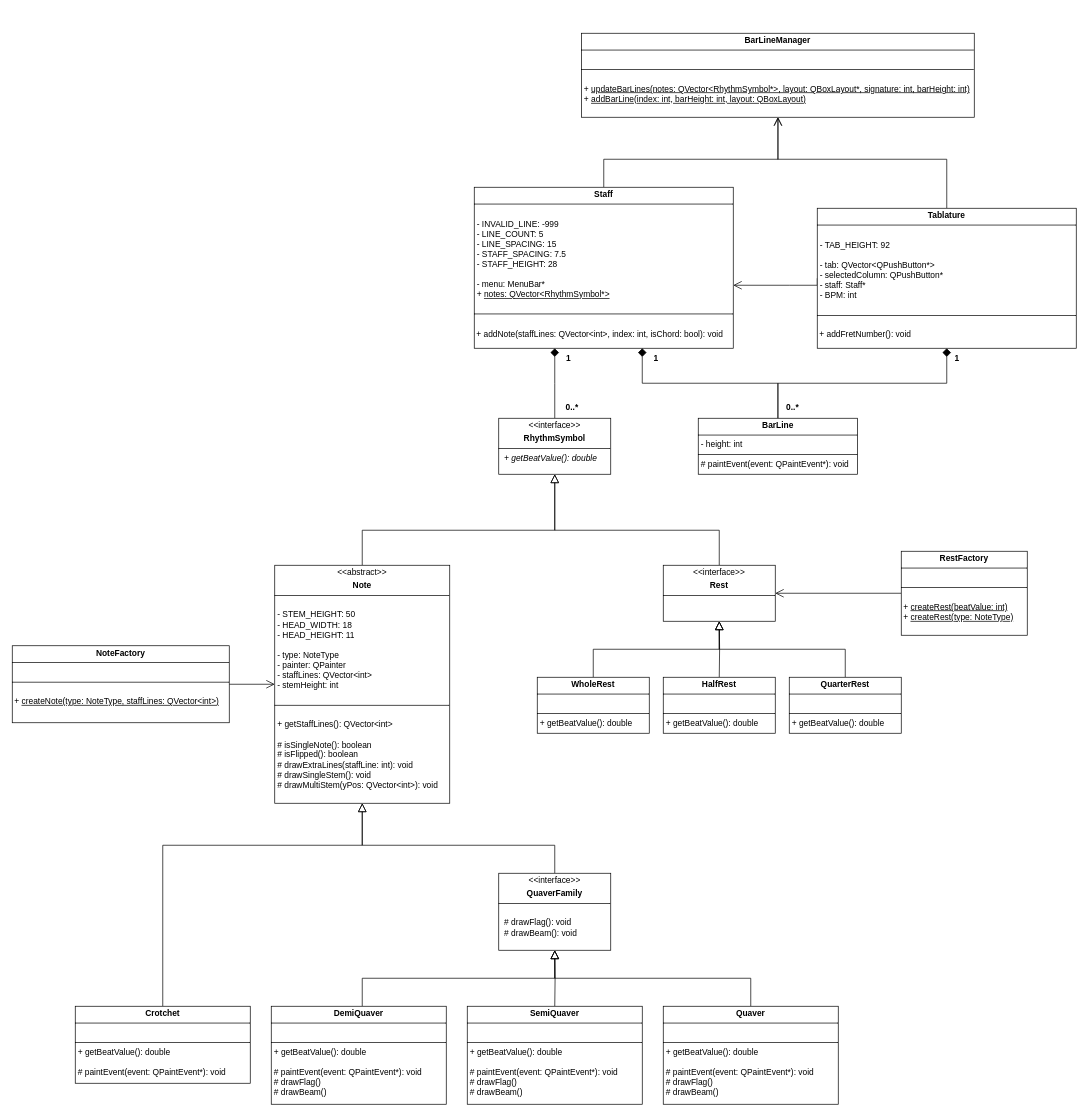
Before: UMLDiagram.drawio in EthanL285/TabPro, a draw.io diagram. Source tidied: cells renumbered, new cells numbered last; positions are measured from the earlier drawing's top-left corner, leaving out a move shared by most shapes. Both pictures are drawn from the tidied source at 70%, with x=0, y=0 at pixel (12, 33).
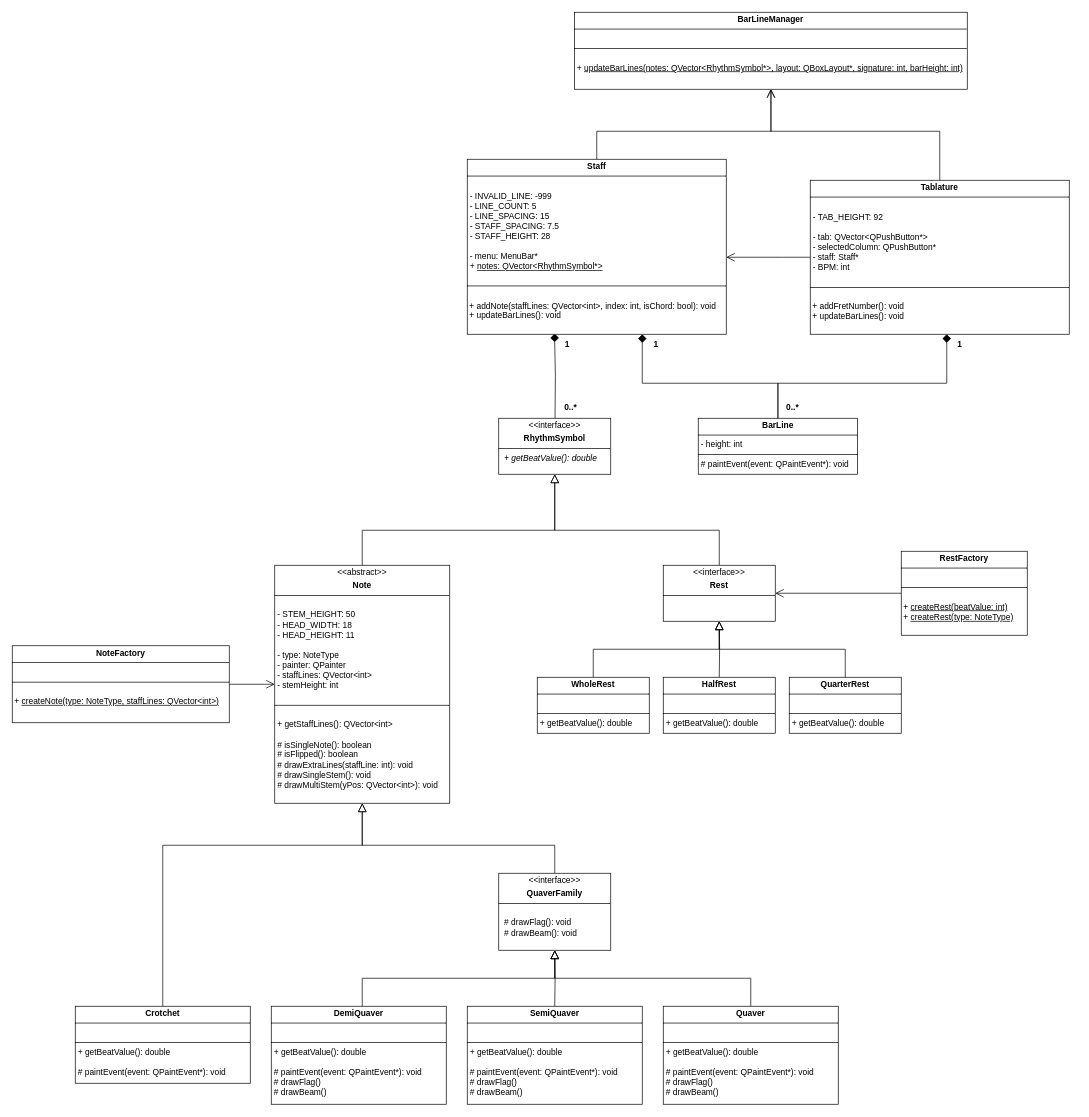
The same page after the edit.

Commit message:
Update UMLDiagram - Added updateBarLines() to Staff and Tablature

The change refers to these unchanged cells:
```xml
<mxCell id="11" value="&lt;p style=&quot;margin: 4px 0px 0px; text-align: center;&quot;&gt;&amp;lt;&amp;lt;interface&amp;gt;&amp;gt;&lt;/p&gt;&lt;p style=&quot;margin: 4px 0px 0px; text-align: center;&quot;&gt;&lt;b&gt;RhythmSymbol&lt;/b&gt;&lt;/p&gt;&lt;hr size=&quot;1&quot; style=&quot;border-style:solid;&quot;&gt;&lt;p style=&quot;margin:0px;margin-left:8px;&quot;&gt;&lt;i&gt;+ getBeatValue(): double&lt;/i&gt;&lt;/p&gt;" style="verticalAlign=top;align=left;overflow=fill;html=1;whiteSpace=wrap;" parent="1" vertex="1">
  <mxGeometry x="695" y="550" width="160" height="80" as="geometry" />
</mxCell>
<mxCell id="22" value="&lt;p style=&quot;margin:0px;margin-top:4px;text-align:center;&quot;&gt;&lt;b&gt;BarLine&lt;/b&gt;&lt;/p&gt;&lt;hr size=&quot;1&quot; style=&quot;border-style:solid;&quot;&gt;&lt;p style=&quot;margin:0px;margin-left:4px;&quot;&gt;- height: int&lt;/p&gt;&lt;hr size=&quot;1&quot; style=&quot;border-style:solid;&quot;&gt;&lt;p style=&quot;margin: 0px 0px 0px 4px;&quot;&gt;# paintEvent(event: QPaintEvent*): void&lt;/p&gt;&lt;div&gt;&lt;br&gt;&lt;/div&gt;" style="verticalAlign=top;align=left;overflow=fill;html=1;whiteSpace=wrap;" parent="1" vertex="1">
  <mxGeometry x="980" y="550" width="227.5" height="80" as="geometry" />
</mxCell>
```

What changed in the source:
```diff
@@
-    <mxCell id="10" style="edgeStyle=orthogonalEdgeStyle;rounded=0;jettySize=auto;html=1;entryX=0.5;entryY=1;entryDx=0;entryDy=0;endArrow=diamond;endFill=1;endSize=10;startSize=8;" parent="1" edge="1" source="11">
+    <mxCell id="10" style="edgeStyle=orthogonalEdgeStyle;rounded=0;orthogonalLoop=1;jettySize=auto;html=1;entryX=0.336;entryY=0.996;entryDx=0;entryDy=0;endArrow=diamond;endFill=1;endSize=10;startSize=8;entryPerimeter=0;" parent="1" edge="1">
       <mxGeometry relative="1" as="geometry">
-        <mxPoint x="775" y="450" as="targetPoint" />
+        <mxPoint x="775.4" y="550" as="sourcePoint" />
+        <mxPoint x="774.7" y="429" as="targetPoint" />
       </mxGeometry>
     </mxCell>
@@
     <mxCell id="17" style="edgeStyle=orthogonalEdgeStyle;rounded=0;jettySize=auto;html=1;endArrow=open;endFill=0;endSize=10;" parent="1" edge="1" source="18" target="37">
       <mxGeometry relative="1" as="geometry">
         <Array as="points">
-          <mxPoint x="845" y="180" />
-          <mxPoint x="1094" y="180" />
+          <mxPoint x="835" y="140" />
+          <mxPoint x="1084" y="140" />
         </Array>
       </mxGeometry>
     </mxCell>
-    <mxCell id="18" value="&lt;p style=&quot;margin:0px;margin-top:4px;text-align:center;&quot;&gt;&lt;b style=&quot;background-color: initial;&quot;&gt;Staff&lt;/b&gt;&lt;/p&gt;&lt;hr size=&quot;1&quot; style=&quot;border-style:solid;&quot;&gt;&lt;p style=&quot;margin:0px;margin-left:4px;&quot;&gt;&lt;br&gt;&lt;/p&gt;&lt;p style=&quot;margin:0px;margin-left:4px;&quot;&gt;- INVALID_LINE: -999&lt;/p&gt;&lt;p style=&quot;margin:0px;margin-left:4px;&quot;&gt;&lt;span style=&quot;background-color: initial;&quot;&gt;- LINE_COUNT: 5&lt;/span&gt;&lt;/p&gt;&lt;p style=&quot;margin:0px;margin-left:4px;&quot;&gt;- LINE_SPACING: 15&lt;/p&gt;&lt;p style=&quot;margin: 0px 0px 0px 4px;&quot;&gt;- STAFF_SPACING: 7.5&lt;/p&gt;&lt;p style=&quot;margin: 0px 0px 0px 4px;&quot;&gt;- STAFF_HEIGHT: 28&lt;/p&gt;&lt;div&gt;&lt;br&gt;&lt;/div&gt;&lt;p style=&quot;margin:0px;margin-left:4px;&quot;&gt;&lt;span style=&quot;background-color: initial;&quot;&gt;- menu: MenuBar*&lt;/span&gt;&lt;/p&gt;&lt;p style=&quot;margin:0px;margin-left:4px;&quot;&gt;&lt;span style=&quot;background-color: initial;&quot;&gt;+ &lt;u&gt;notes: QVector&amp;lt;RhythmSymbol*&amp;gt;&lt;/u&gt;&lt;/span&gt;&lt;/p&gt;&lt;p style=&quot;margin:0px;margin-left:4px;&quot;&gt;&lt;br&gt;&lt;/p&gt;&lt;hr size=&quot;1&quot; style=&quot;border-style:solid;&quot;&gt;&lt;br&gt;&lt;div&gt;&amp;nbsp;+ addNote(staffLines: QVector&amp;lt;int&amp;gt;, index: int, isChord: bool): void&lt;/div&gt;&lt;div&gt;&lt;br&gt;&lt;br&gt;&lt;/div&gt;&lt;div&gt;&lt;br&gt;&lt;/div&gt;&lt;div&gt;&lt;br&gt;&lt;/div&gt;&lt;div&gt;&lt;br&gt;&lt;/div&gt;&lt;div&gt;&lt;br&gt;&lt;/div&gt;&lt;div&gt;&lt;br&gt;&lt;br&gt;&lt;/div&gt;" style="verticalAlign=top;align=left;overflow=fill;html=1;whiteSpace=wrap;" parent="1" vertex="1">
-      <mxGeometry x="660" y="220" width="370" height="230" as="geometry" />
+    <mxCell id="18" value="&lt;p style=&quot;margin:0px;margin-top:4px;text-align:center;&quot;&gt;&lt;b style=&quot;background-color: initial;&quot;&gt;Staff&lt;/b&gt;&lt;/p&gt;&lt;hr size=&quot;1&quot; style=&quot;border-style:solid;&quot;&gt;&lt;p style=&quot;margin:0px;margin-left:4px;&quot;&gt;&lt;br&gt;&lt;/p&gt;&lt;p style=&quot;margin:0px;margin-left:4px;&quot;&gt;- INVALID_LINE: -999&lt;/p&gt;&lt;p style=&quot;margin:0px;margin-left:4px;&quot;&gt;&lt;span style=&quot;background-color: initial;&quot;&gt;- LINE_COUNT: 5&lt;/span&gt;&lt;/p&gt;&lt;p style=&quot;margin:0px;margin-left:4px;&quot;&gt;- LINE_SPACING: 15&lt;/p&gt;&lt;p style=&quot;margin: 0px 0px 0px 4px;&quot;&gt;- STAFF_SPACING: 7.5&lt;/p&gt;&lt;p style=&quot;margin: 0px 0px 0px 4px;&quot;&gt;- STAFF_HEIGHT: 28&lt;/p&gt;&lt;div&gt;&lt;br&gt;&lt;/div&gt;&lt;p style=&quot;margin:0px;margin-left:4px;&quot;&gt;&lt;span style=&quot;background-color: initial;&quot;&gt;- menu: MenuBar*&lt;/span&gt;&lt;/p&gt;&lt;p style=&quot;margin:0px;margin-left:4px;&quot;&gt;&lt;span style=&quot;background-color: initial;&quot;&gt;+ &lt;u&gt;notes: QVector&amp;lt;RhythmSymbol*&amp;gt;&lt;/u&gt;&lt;/span&gt;&lt;/p&gt;&lt;p style=&quot;margin:0px;margin-left:4px;&quot;&gt;&lt;br&gt;&lt;/p&gt;&lt;hr size=&quot;1&quot; style=&quot;border-style:solid;&quot;&gt;&lt;br&gt;&lt;div&gt;&amp;nbsp;+ addNote(staffLines: QVector&amp;lt;int&amp;gt;, index: int, isChord: bool): void&lt;/div&gt;&lt;div&gt;&amp;nbsp;+ updateBarLines(): void&lt;/div&gt;&lt;div&gt;&lt;br&gt;&lt;/div&gt;&lt;div&gt;&lt;br&gt;&lt;/div&gt;&lt;div&gt;&lt;br&gt;&lt;br&gt;&lt;/div&gt;&lt;div&gt;&lt;br&gt;&lt;/div&gt;&lt;div&gt;&lt;br&gt;&lt;/div&gt;&lt;div&gt;&lt;br&gt;&lt;/div&gt;&lt;div&gt;&lt;br&gt;&lt;/div&gt;&lt;div&gt;&lt;br&gt;&lt;br&gt;&lt;/div&gt;" style="verticalAlign=top;align=left;overflow=fill;html=1;whiteSpace=wrap;" parent="1" vertex="1">
+      <mxGeometry x="650" y="180" width="370" height="250" as="geometry" />
     </mxCell>
     <mxCell id="19" value="&lt;b&gt;1&lt;/b&gt;" style="text;html=1;align=center;verticalAlign=middle;whiteSpace=wrap;rounded=0;" parent="1" vertex="1">
-      <mxGeometry x="785" y="450" width="20" height="30" as="geometry" />
+      <mxGeometry x="783.1" y="430" width="20" height="30" as="geometry" />
     </mxCell>
     <mxCell id="20" value="&lt;b&gt;0..*&lt;/b&gt;" style="text;html=1;align=center;verticalAlign=middle;whiteSpace=wrap;rounded=0;" parent="1" vertex="1">
-      <mxGeometry x="785" y="520" width="30" height="30" as="geometry" />
+      <mxGeometry x="783.1" y="520" width="30" height="30" as="geometry" />
     </mxCell>
-    <mxCell id="21" style="edgeStyle=orthogonalEdgeStyle;rounded=0;jettySize=auto;html=1;entryX=0.75;entryY=1;entryDx=0;entryDy=0;endArrow=diamond;endFill=1;endSize=10;" parent="1" edge="1" source="22">
+    <mxCell id="21" style="edgeStyle=orthogonalEdgeStyle;rounded=0;jettySize=auto;html=1;endArrow=diamond;endFill=1;endSize=10;" parent="1" edge="1" source="22" target="18">
       <mxGeometry relative="1" as="geometry">
-        <mxPoint x="900" y="450" as="targetPoint" />
         <Array as="points">
           <mxPoint x="1094" y="500" />
           <mxPoint x="900" y="500" />
         </Array>
       </mxGeometry>
     </mxCell>
@@
     <mxCell id="31" style="edgeStyle=orthogonalEdgeStyle;rounded=0;jettySize=auto;html=1;exitX=0;exitY=0.5;exitDx=0;exitDy=0;endArrow=open;endFill=0;endSize=10;" parent="1" edge="1" source="33" target="18">
       <mxGeometry relative="1" as="geometry">
         <Array as="points">
-          <mxPoint x="1110" y="360" />
-          <mxPoint x="1110" y="360" />
+          <mxPoint x="1100" y="320" />
+          <mxPoint x="1100" y="320" />
         </Array>
       </mxGeometry>
     </mxCell>
     <mxCell id="32" style="edgeStyle=orthogonalEdgeStyle;rounded=0;jettySize=auto;html=1;entryX=0.5;entryY=1;entryDx=0;entryDy=0;endArrow=open;endFill=0;endSize=10;" parent="1" edge="1" source="33" target="37">
       <mxGeometry relative="1" as="geometry">
         <Array as="points">
-          <mxPoint x="1335" y="180" />
-          <mxPoint x="1094" y="180" />
+          <mxPoint x="1325" y="140" />
+          <mxPoint x="1084" y="140" />
         </Array>
       </mxGeometry>
     </mxCell>
-    <mxCell id="33" value="&lt;p style=&quot;margin:0px;margin-top:4px;text-align:center;&quot;&gt;&lt;b&gt;Tablature&lt;/b&gt;&lt;/p&gt;&lt;hr size=&quot;1&quot; style=&quot;border-style:solid;&quot;&gt;&lt;p style=&quot;margin:0px;margin-left:4px;&quot;&gt;&lt;br&gt;&lt;/p&gt;&lt;p style=&quot;margin:0px;margin-left:4px;&quot;&gt;- TAB_HEIGHT: 92&lt;/p&gt;&lt;p style=&quot;margin:0px;margin-left:4px;&quot;&gt;&lt;br&gt;&lt;/p&gt;&lt;p style=&quot;margin:0px;margin-left:4px;&quot;&gt;- tab: QVector&amp;lt;QPushButton*&amp;gt;&lt;/p&gt;&lt;p style=&quot;margin:0px;margin-left:4px;&quot;&gt;- selectedColumn: QPushButton*&lt;/p&gt;&lt;p style=&quot;margin:0px;margin-left:4px;&quot;&gt;- staff: Staff*&lt;/p&gt;&lt;p style=&quot;margin:0px;margin-left:4px;&quot;&gt;- BPM: int&lt;/p&gt;&lt;p style=&quot;margin:0px;margin-left:4px;&quot;&gt;&lt;br&gt;&lt;/p&gt;&lt;hr size=&quot;1&quot; style=&quot;border-style:solid;&quot;&gt;&lt;br&gt;&lt;div&gt;&amp;nbsp;+ addFretNumber(): void&lt;/div&gt;&lt;div&gt;&lt;br&gt;&lt;/div&gt;" style="verticalAlign=top;align=left;overflow=fill;html=1;whiteSpace=wrap;" parent="1" vertex="1">
-      <mxGeometry x="1150" y="250" width="370" height="200" as="geometry" />
+    <mxCell id="33" value="&lt;p style=&quot;margin:0px;margin-top:4px;text-align:center;&quot;&gt;&lt;b&gt;Tablature&lt;/b&gt;&lt;/p&gt;&lt;hr size=&quot;1&quot; style=&quot;border-style:solid;&quot;&gt;&lt;p style=&quot;margin:0px;margin-left:4px;&quot;&gt;&lt;br&gt;&lt;/p&gt;&lt;p style=&quot;margin:0px;margin-left:4px;&quot;&gt;- TAB_HEIGHT: 92&lt;/p&gt;&lt;p style=&quot;margin:0px;margin-left:4px;&quot;&gt;&lt;br&gt;&lt;/p&gt;&lt;p style=&quot;margin:0px;margin-left:4px;&quot;&gt;- tab: QVector&amp;lt;QPushButton*&amp;gt;&lt;/p&gt;&lt;p style=&quot;margin:0px;margin-left:4px;&quot;&gt;- selectedColumn: QPushButton*&lt;/p&gt;&lt;p style=&quot;margin:0px;margin-left:4px;&quot;&gt;- staff: Staff*&lt;/p&gt;&lt;p style=&quot;margin:0px;margin-left:4px;&quot;&gt;- BPM: int&lt;/p&gt;&lt;p style=&quot;margin:0px;margin-left:4px;&quot;&gt;&lt;br&gt;&lt;/p&gt;&lt;hr size=&quot;1&quot; style=&quot;border-style:solid;&quot;&gt;&lt;br&gt;&lt;div&gt;&amp;nbsp;+ addFretNumber(): void&lt;/div&gt;&lt;div&gt;&amp;nbsp;+ updateBarLines(): void&lt;/div&gt;&lt;div&gt;&lt;br&gt;&lt;/div&gt;" style="verticalAlign=top;align=left;overflow=fill;html=1;whiteSpace=wrap;" parent="1" vertex="1">
+      <mxGeometry x="1140" y="210" width="370" height="220" as="geometry" />
     </mxCell>
@@
     <mxCell id="35" value="&lt;b&gt;1&lt;/b&gt;" style="text;html=1;align=center;verticalAlign=middle;whiteSpace=wrap;rounded=0;" parent="1" vertex="1">
-      <mxGeometry x="1340" y="450" width="20" height="30" as="geometry" />
+      <mxGeometry x="1344.4" y="430" width="20" height="30" as="geometry" />
     </mxCell>
     <mxCell id="36" value="&lt;b&gt;1&lt;/b&gt;" style="text;html=1;align=center;verticalAlign=middle;whiteSpace=wrap;rounded=0;" parent="1" vertex="1">
-      <mxGeometry x="910" y="450" width="20" height="30" as="geometry" />
+      <mxGeometry x="910" y="430" width="20" height="30" as="geometry" />
     </mxCell>
-    <mxCell id="37" value="&lt;p style=&quot;margin:0px;margin-top:4px;text-align:center;&quot;&gt;&lt;b&gt;BarLineManager&lt;/b&gt;&lt;/p&gt;&lt;hr size=&quot;1&quot; style=&quot;border-style:solid;&quot;&gt;&lt;p style=&quot;margin:0px;margin-left:4px;&quot;&gt;&lt;br&gt;&lt;/p&gt;&lt;hr size=&quot;1&quot; style=&quot;border-style:solid;&quot;&gt;&lt;p style=&quot;margin: 0px 0px 0px 4px;&quot;&gt;&lt;br&gt;&lt;/p&gt;&lt;p style=&quot;margin: 0px 0px 0px 4px;&quot;&gt;+ &lt;u&gt;updateBarLines(notes: QVector&amp;lt;RhythmSymbol*&amp;gt;, layout: QBoxLayout*, signature: int, barHeight: int)&lt;/u&gt;&lt;/p&gt;&lt;p style=&quot;margin: 0px 0px 0px 4px;&quot;&gt;+ &lt;u&gt;addBarLine(index: int, barHeight: int, layout: QBoxLayout)&lt;/u&gt;&lt;/p&gt;" style="verticalAlign=top;align=left;overflow=fill;html=1;whiteSpace=wrap;" parent="1" vertex="1">
-      <mxGeometry x="813.1" width="561.2" height="120" as="geometry" />
+    <mxCell id="37" value="&lt;p style=&quot;margin:0px;margin-top:4px;text-align:center;&quot;&gt;&lt;b&gt;BarLineManager&lt;/b&gt;&lt;/p&gt;&lt;hr size=&quot;1&quot; style=&quot;border-style:solid;&quot;&gt;&lt;p style=&quot;margin:0px;margin-left:4px;&quot;&gt;&lt;br&gt;&lt;/p&gt;&lt;hr size=&quot;1&quot; style=&quot;border-style:solid;&quot;&gt;&lt;p style=&quot;margin: 0px 0px 0px 4px;&quot;&gt;&lt;br&gt;&lt;/p&gt;&lt;p style=&quot;margin: 0px 0px 0px 4px;&quot;&gt;+ &lt;u&gt;updateBarLines(notes: QVector&amp;lt;RhythmSymbol*&amp;gt;, layout: QBoxLayout*, signature: int, barHeight: int)&lt;/u&gt;&lt;/p&gt;&lt;p style=&quot;margin: 0px 0px 0px 4px;&quot;&gt;&lt;br&gt;&lt;/p&gt;" style="verticalAlign=top;align=left;overflow=fill;html=1;whiteSpace=wrap;" parent="1" vertex="1">
+      <mxGeometry x="803.1" y="-30" width="561.2" height="110" as="geometry" />
     </mxCell>
```
